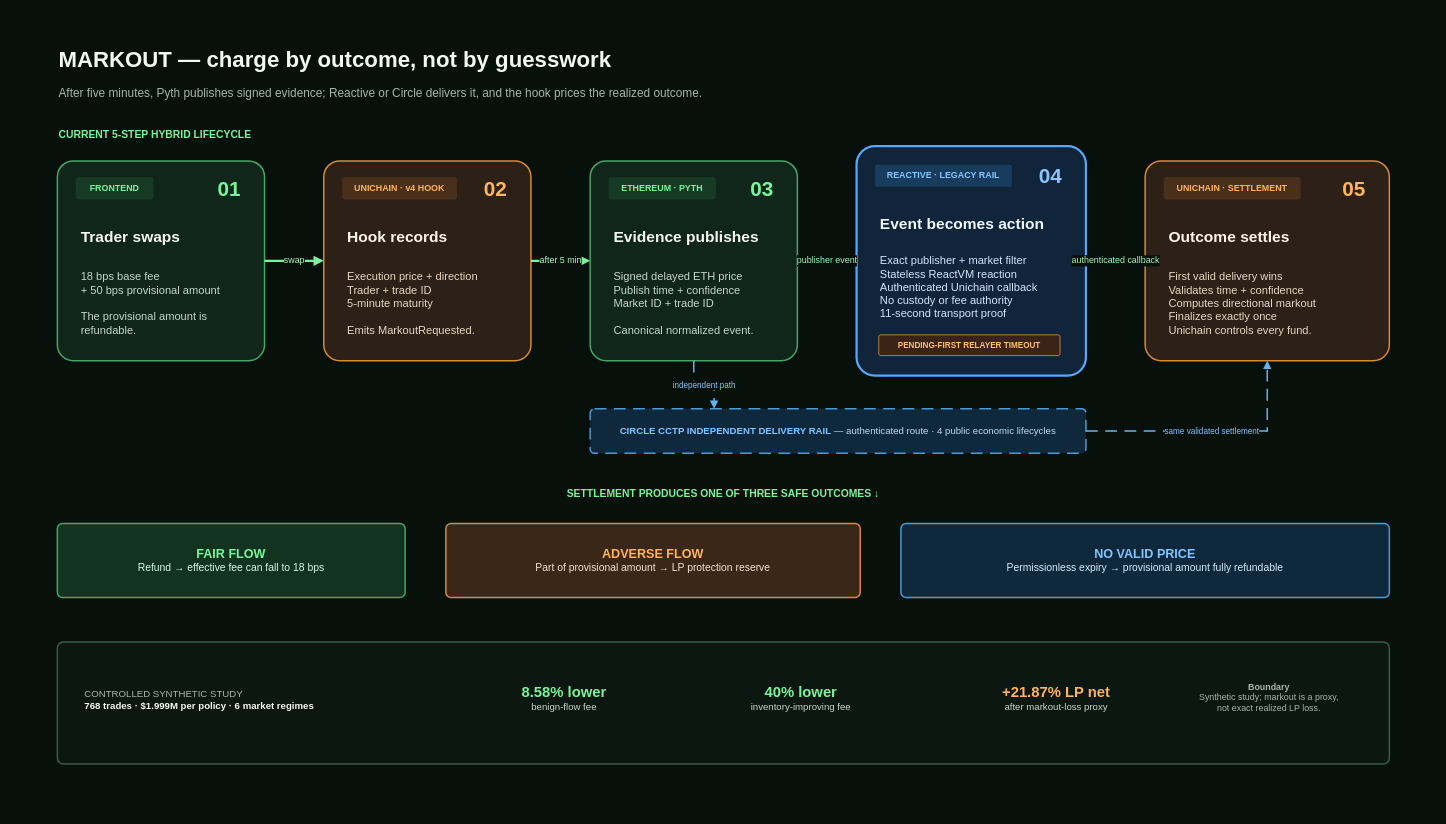
Earlier version of the draw.io diagram docs/diagrams/MARKOUT_VIDEO_ARCHITECTURE.drawio (RudraBhaskar9439/markout-hook). Source tidied: cells renumbered, new cells numbered last; positions are measured from the earlier drawing's top-left corner, leaving out a move shared by most shapes. Both pictures are drawn from the tidied source at 74%, with x=0, y=0 at pixel (13, 13).
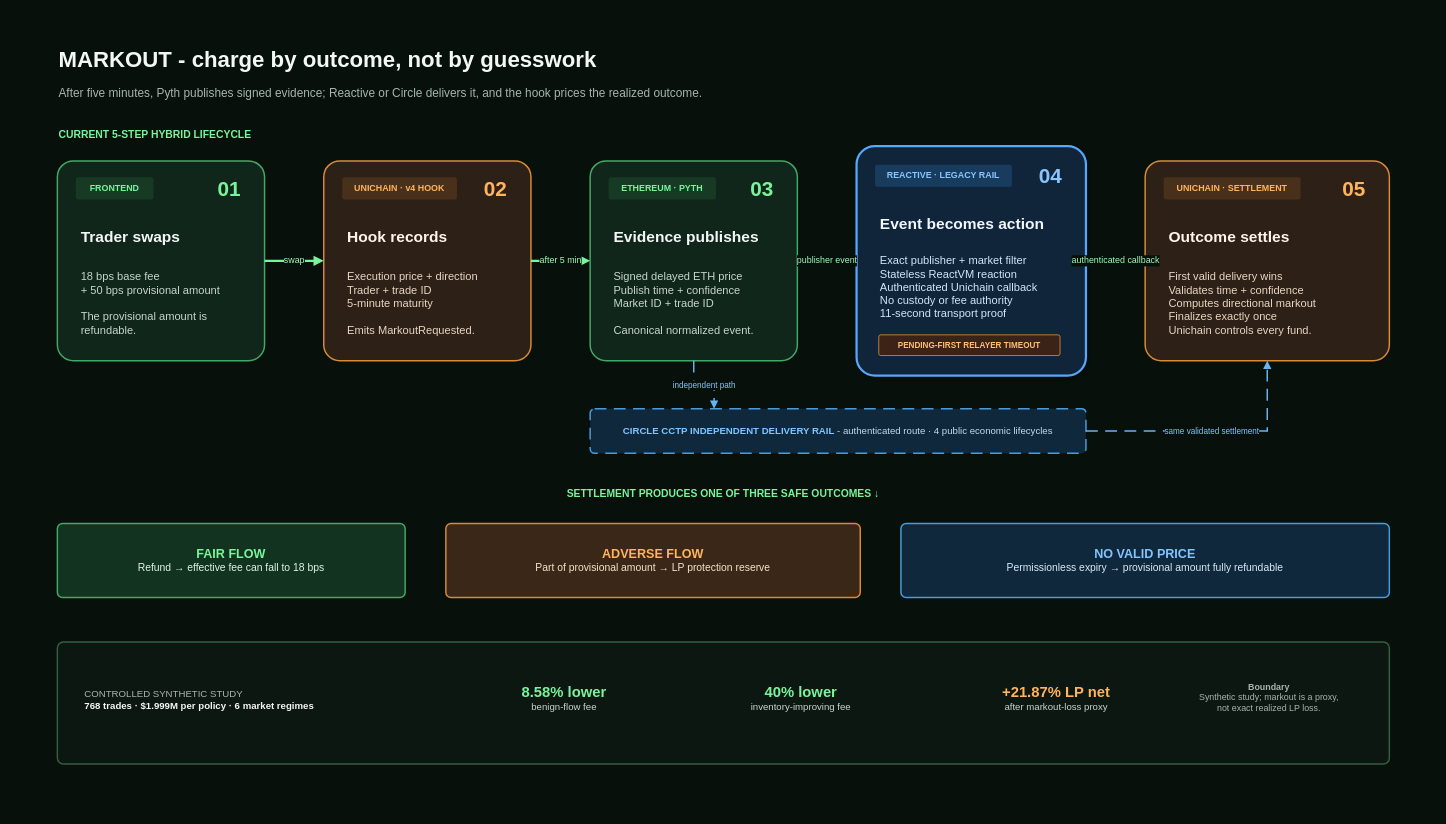
After the change.

The edit, as a diff of the source:
```diff
@@
-    <mxCell id="3" value="&lt;font color=&quot;#F4F8F5&quot; style=&quot;font-size: 30px;&quot;&gt;&lt;b&gt;MARKOUT — charge by outcome, not by guesswork&lt;/b&gt;&lt;/font&gt;" style="text;html=1;align=left;verticalAlign=middle;whiteSpace=wrap;" parent="1" vertex="1">
+    <mxCell id="3" value="&lt;font color=&quot;#F4F8F5&quot; style=&quot;font-size: 30px;&quot;&gt;&lt;b&gt;MARKOUT - charge by outcome, not by guesswork&lt;/b&gt;&lt;/font&gt;" style="text;html=1;align=left;verticalAlign=middle;whiteSpace=wrap;" parent="1" vertex="1">
       <mxGeometry x="60" y="35" width="1150" height="55" as="geometry" />
     </mxCell>
@@
-    <mxCell id="36" value="&lt;font color=&quot;#82C4FF&quot;&gt;&lt;b&gt;CIRCLE CCTP INDEPENDENT DELIVERY RAIL&lt;/b&gt;&lt;/font&gt;&lt;font color=&quot;#BEDDF5&quot;&gt; — authenticated route · 4 public economic lifecycles&lt;/font&gt;" style="rounded=1;arcSize=10;whiteSpace=wrap;html=1;fillColor=#10283B;strokeColor=#4B9BDB;strokeWidth=2;dashed=1;dashPattern=8 5;align=center;fontSize=13;" parent="1" vertex="1">
+    <mxCell id="36" value="&lt;font color=&quot;#82C4FF&quot;&gt;&lt;b&gt;CIRCLE CCTP INDEPENDENT DELIVERY RAIL&lt;/b&gt;&lt;/font&gt;&lt;font color=&quot;#BEDDF5&quot;&gt; - authenticated route · 4 public economic lifecycles&lt;/font&gt;" style="rounded=1;arcSize=10;whiteSpace=wrap;html=1;fillColor=#10283B;strokeColor=#4B9BDB;strokeWidth=2;dashed=1;dashPattern=8 5;align=center;fontSize=13;" parent="1" vertex="1">
       <mxGeometry x="780" y="535" width="670" height="60" as="geometry" />
     </mxCell>
```
